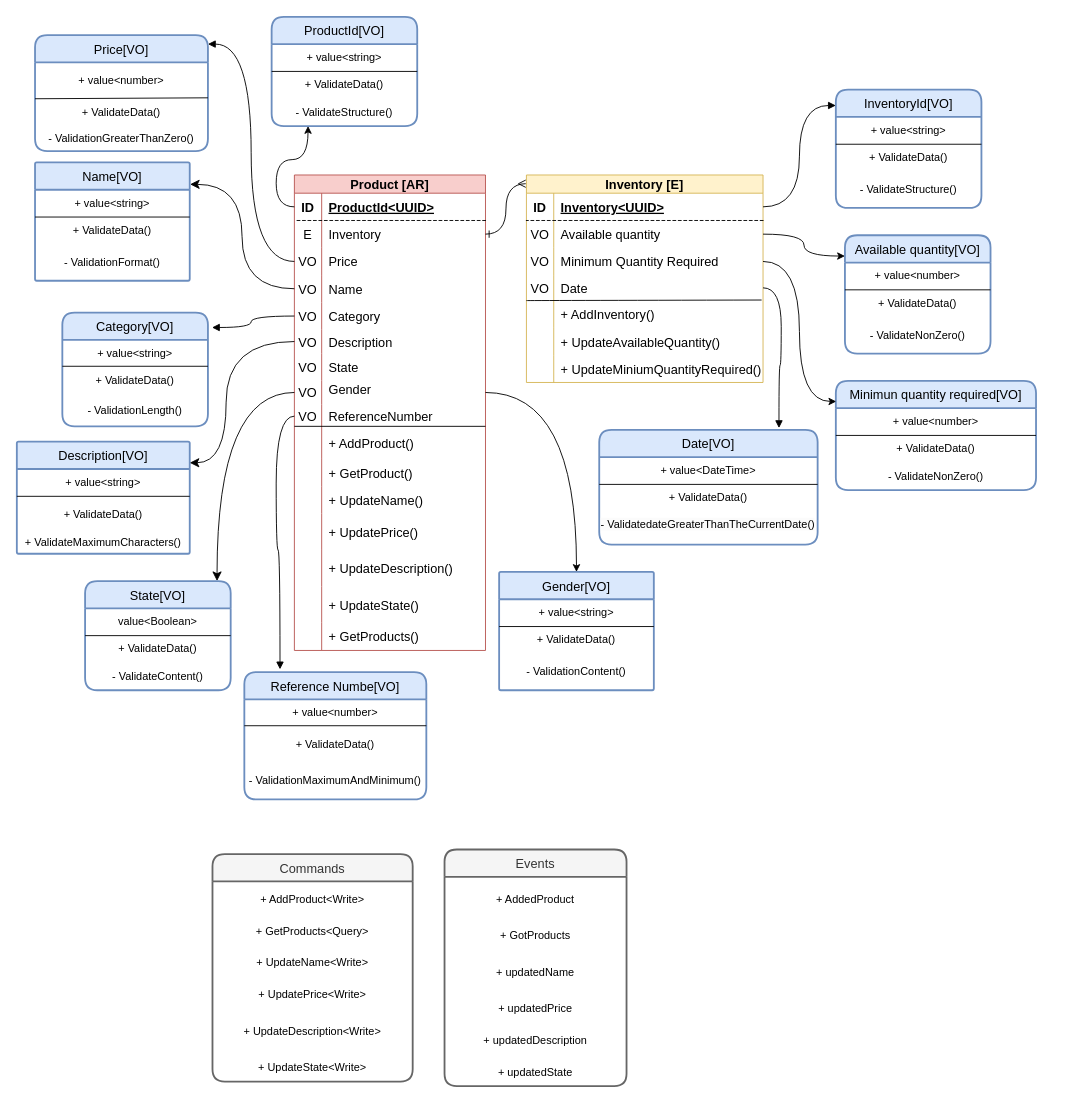
Above: page "product" (3 of 6) of Drive-Domain-Design.drawio in training-practice-sofkau/C1-2023-DDD-Colombia (draw.io), before the change. Source tidied: cells renumbered, new cells numbered last; positions are measured from the earlier drawing's top-left corner, leaving out a move shared by most shapes. Both pictures are drawn from the tidied source at 91%, with x=0, y=0 at pixel (16, 16).
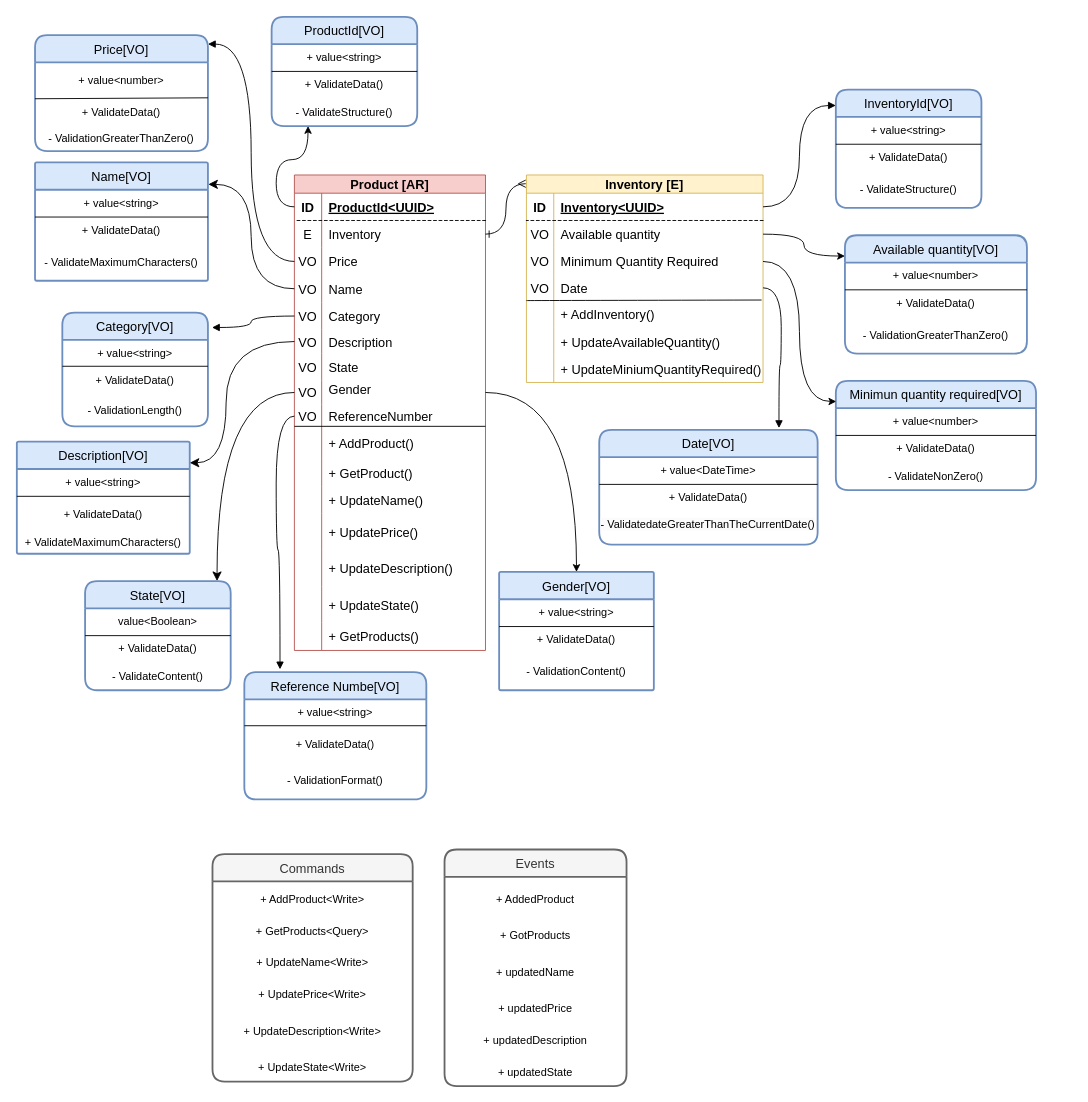
Above is the later version.

Unchanged cells that the change refers to:
```xml
<mxCell id="69" value="Reference Numbe[VO]" style="swimlane;horizontal=1;startSize=30;rounded=1;fontSize=14;fontStyle=0;strokeWidth=2;shadow=0;dashed=0;align=center;fillColor=#dae8fc;strokeColor=#6c8ebf;" parent="1" vertex="1">
  <mxGeometry x="250" y="720" width="200" height="140" as="geometry" />
</mxCell>
```

Diff of the diagram source:
```diff
@@
     <mxCell id="57" value="Name[VO]" style="swimlane;horizontal=1;startSize=30;rounded=1;fontSize=14;fontStyle=0;strokeWidth=2;shadow=0;dashed=0;align=center;fillColor=#dae8fc;strokeColor=#6c8ebf;arcSize=2;" parent="1" vertex="1">
-      <mxGeometry x="20" y="160" width="170" height="130" as="geometry" />
+      <mxGeometry x="20" y="160" width="190" height="130" as="geometry" />
     </mxCell>
     <mxCell id="58" value="+ value&amp;lt;string&amp;gt;" style="text;html=1;strokeColor=none;fillColor=none;align=center;verticalAlign=middle;whiteSpace=wrap;rounded=0;" parent="57" vertex="1">
-      <mxGeometry y="30" width="170" height="30" as="geometry" />
+      <mxGeometry y="30" width="190" height="30" as="geometry" />
     </mxCell>
     <mxCell id="59" value="+ ValidateData()" style="text;html=1;strokeColor=none;fillColor=none;align=center;verticalAlign=middle;whiteSpace=wrap;rounded=0;" parent="57" vertex="1">
-      <mxGeometry y="60" width="170" height="30" as="geometry" />
+      <mxGeometry y="60" width="190" height="30" as="geometry" />
     </mxCell>
-    <mxCell id="60" value="- ValidationFormat()" style="text;html=1;strokeColor=none;fillColor=none;align=center;verticalAlign=middle;whiteSpace=wrap;rounded=0;" parent="57" vertex="1">
-      <mxGeometry y="90" width="170" height="40" as="geometry" />
+    <mxCell id="60" value="- ValidateMaximumCharacters()" style="text;html=1;strokeColor=none;fillColor=none;align=center;verticalAlign=middle;whiteSpace=wrap;rounded=0;" parent="57" vertex="1">
+      <mxGeometry y="90" width="190" height="40" as="geometry" />
     </mxCell>
@@
-    <mxCell id="71" value="+ value&amp;lt;number&amp;gt;" style="text;html=1;strokeColor=none;fillColor=none;align=center;verticalAlign=middle;whiteSpace=wrap;rounded=0;" parent="69" vertex="1">
+    <mxCell id="71" value="+ value&amp;lt;string&amp;gt;" style="text;html=1;strokeColor=none;fillColor=none;align=center;verticalAlign=middle;whiteSpace=wrap;rounded=0;" parent="69" vertex="1">
       <mxGeometry y="30" width="200" height="30" as="geometry" />
     </mxCell>
@@
-    <mxCell id="73" value="- ValidationMaximumAndMinimum()" style="text;html=1;strokeColor=none;fillColor=none;align=center;verticalAlign=middle;whiteSpace=wrap;rounded=0;" parent="69" vertex="1">
+    <mxCell id="73" value="- ValidationFormat()" style="text;html=1;strokeColor=none;fillColor=none;align=center;verticalAlign=middle;whiteSpace=wrap;rounded=0;" parent="69" vertex="1">
       <mxGeometry y="100" width="200" height="40" as="geometry" />
     </mxCell>
@@
     <mxCell id="113" value="Available quantity[VO]" style="swimlane;horizontal=1;startSize=30;rounded=1;fontSize=14;fontStyle=0;strokeWidth=2;shadow=0;dashed=0;align=center;fillColor=#dae8fc;strokeColor=#6c8ebf;" parent="1" vertex="1">
-      <mxGeometry x="910" y="240" width="160" height="130" as="geometry" />
+      <mxGeometry x="910" y="240" width="200" height="130" as="geometry" />
     </mxCell>
     <mxCell id="114" value="+ value&amp;lt;number&amp;gt;" style="text;html=1;strokeColor=none;fillColor=none;align=center;verticalAlign=middle;whiteSpace=wrap;rounded=0;" parent="113" vertex="1">
-      <mxGeometry y="30" width="160" height="30" as="geometry" />
+      <mxGeometry y="30" width="200" height="30" as="geometry" />
     </mxCell>
     <mxCell id="115" value="+ ValidateData()" style="text;html=1;strokeColor=none;fillColor=none;align=center;verticalAlign=middle;whiteSpace=wrap;rounded=0;" parent="113" vertex="1">
-      <mxGeometry y="60" width="160" height="30" as="geometry" />
+      <mxGeometry y="60" width="200" height="30" as="geometry" />
     </mxCell>
-    <mxCell id="116" value="- ValidateNonZero()" style="text;html=1;strokeColor=none;fillColor=none;align=center;verticalAlign=middle;whiteSpace=wrap;rounded=0;" parent="113" vertex="1">
-      <mxGeometry y="90" width="160" height="40" as="geometry" />
+    <mxCell id="116" value="- ValidationGreaterThanZero()" style="text;html=1;strokeColor=none;fillColor=none;align=center;verticalAlign=middle;whiteSpace=wrap;rounded=0;" parent="113" vertex="1">
+      <mxGeometry y="90" width="200" height="40" as="geometry" />
     </mxCell>
```
